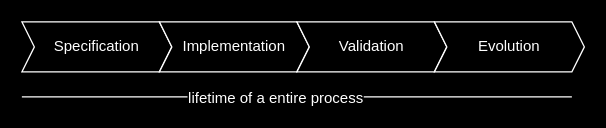
Earlier version of the draw.io diagram page "waterfall" (1 of 2) of docs/images/scrum.drawio (nyu-software-engineering/course-materials). Source tidied: cells renumbered, new cells numbered last; positions are measured from the earlier drawing's top-left corner, leaving out a move shared by most shapes. Both pictures are drawn from the tidied source at 125%, with x=0, y=0 at pixel (21, 21).
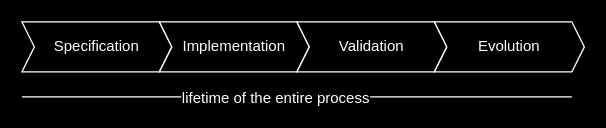
After the change.

The edit, as a diff of the source:
```diff
@@
 <mxGraphModel background="#000000">
   <root>
     <mxCell id="0" />
     <mxCell id="1" parent="0" />
     <mxCell id="2" value="Specification" style="shape=step;perimeter=stepPerimeter;whiteSpace=wrap;html=1;fixedSize=1;size=10;fontColor=#FFFFFF;labelBackgroundColor=none;fillColor=#000000;strokeColor=#FFFFFF;" parent="1" vertex="1">
       <mxGeometry width="120" height="40" as="geometry" />
     </mxCell>
     <mxCell id="3" value="Implementation" style="shape=step;perimeter=stepPerimeter;whiteSpace=wrap;html=1;fixedSize=1;size=10;fontColor=#FFFFFF;labelBackgroundColor=none;fillColor=#000000;strokeColor=#FFFFFF;" parent="1" vertex="1">
       <mxGeometry x="110" width="120" height="40" as="geometry" />
     </mxCell>
     <mxCell id="4" value="Validation" style="shape=step;perimeter=stepPerimeter;whiteSpace=wrap;html=1;fixedSize=1;size=10;fontColor=#FFFFFF;labelBackgroundColor=none;fillColor=#000000;strokeColor=#FFFFFF;" parent="1" vertex="1">
       <mxGeometry x="220" width="120" height="40" as="geometry" />
     </mxCell>
     <mxCell id="5" value="Evolution" style="shape=step;perimeter=stepPerimeter;whiteSpace=wrap;html=1;fixedSize=1;size=10;fontColor=#FFFFFF;labelBackgroundColor=none;fillColor=#000000;strokeColor=#FFFFFF;" parent="1" vertex="1">
       <mxGeometry x="330" width="120" height="40" as="geometry" />
     </mxCell>
     <mxCell id="6" style="endArrow=none;html=1;strokeColor=#FFFFFF;" parent="1" edge="1">
       <mxGeometry relative="1" as="geometry">
         <mxPoint y="60" as="sourcePoint" />
         <mxPoint x="440" y="60" as="targetPoint" />
       </mxGeometry>
     </mxCell>
-    <mxCell id="7" value="lifetime of a entire process" style="text;html=1;align=center;verticalAlign=middle;labelBackgroundColor=#000000;fontColor=#FFFFFF;" parent="6" vertex="1">
+    <mxCell id="7" value="lifetime of the entire process" style="text;html=1;align=center;verticalAlign=middle;labelBackgroundColor=#000000;fontColor=#FFFFFF;" parent="6" vertex="1">
       <mxGeometry x="-0.08" relative="1" as="geometry" />
     </mxCell>
   </root>
 </mxGraphModel>
```
